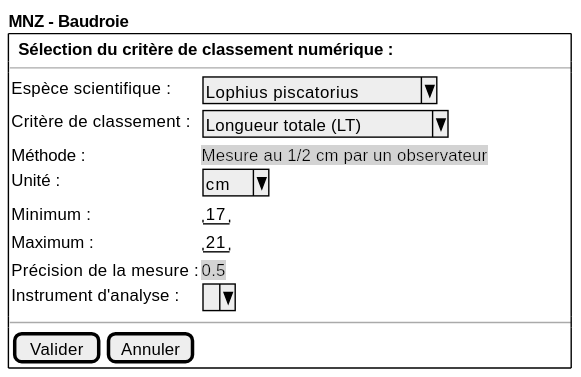
Before: projects/common/spe/images/numerical-classification.svg, a diagram exported from PlantUML (sumaris-net/sumaris-doc).
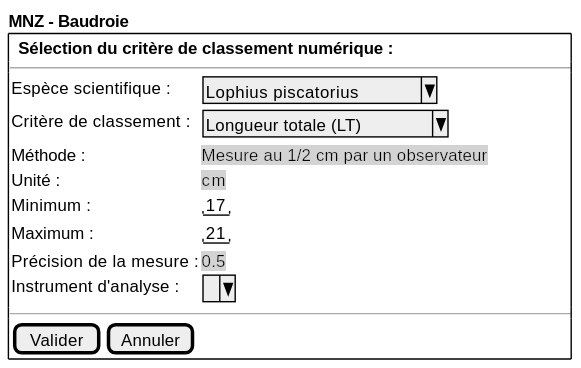
Later version of the same file.

What changed in the source:
```diff
@@ -12,7 +12,7 @@
 
       Méthode :    | <back:lightgrey><font color=black size=12>Mesure au 1/2 cm par un observateur
 
-      Unité :   |  { ^ cm ^ }
+      Unité :   |  <back:lightgrey><font color=black size=12>cm
 
       Minimum :   |  "17"
 
```
